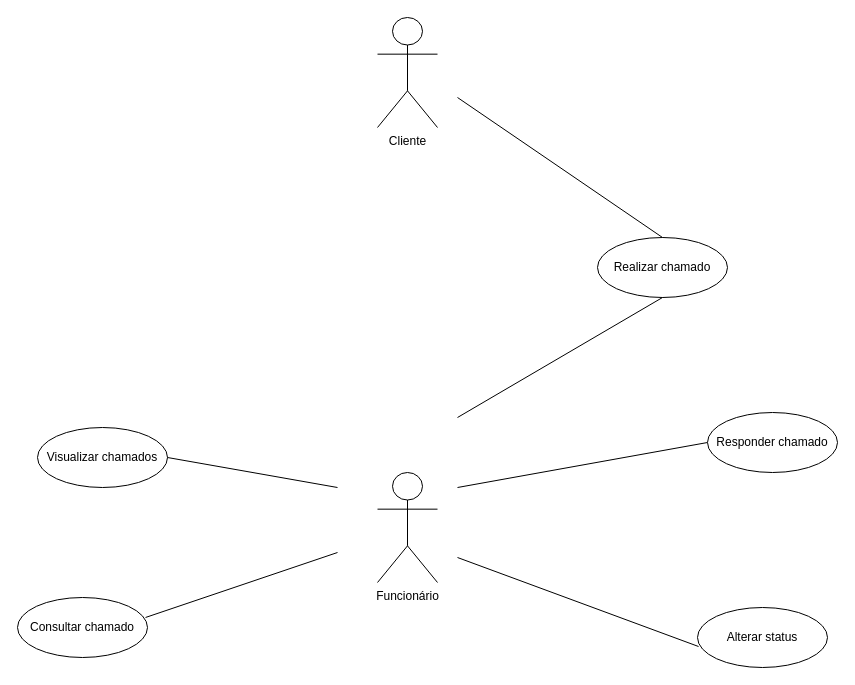
This is docs/diagrama_de_casos_de_uso.drawio from danielbarbozadasilva/Api-CRM-Ticket-System, a draw.io file, before an edit. Source tidied: cells renumbered, new cells numbered last; positions are measured from the earlier drawing's top-left corner, leaving out a move shared by most shapes. Both pictures are drawn from the tidied source at 100%, with x=0, y=0 at pixel (17, 17).
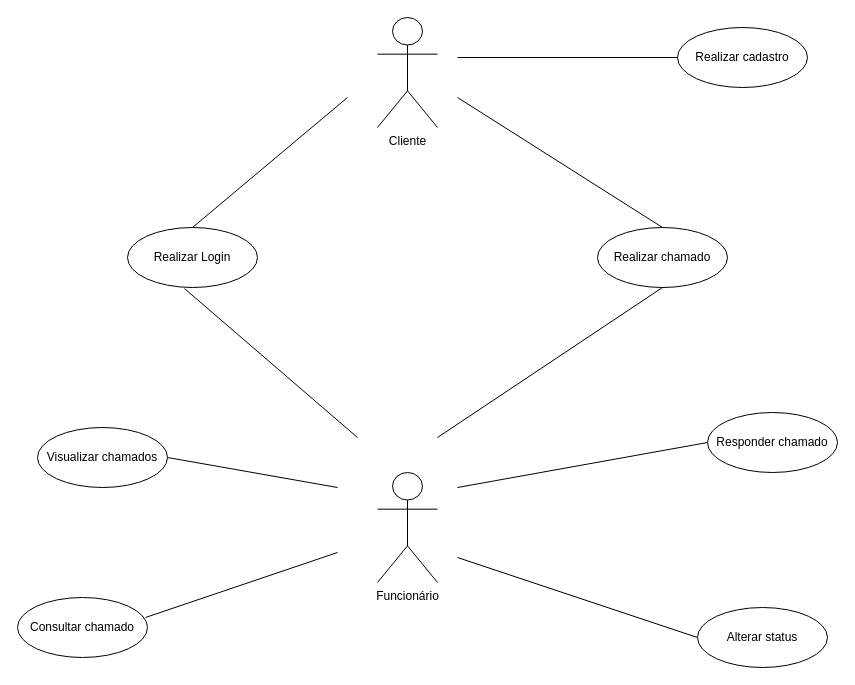
The same page after the edit.

Commit message (it also covers changes not shown here):
docs: update user case diagram

Unchanged cells that the change refers to:
```xml
<mxCell id="9" value="Alterar status" style="ellipse;whiteSpace=wrap;html=1;" parent="1" vertex="1">
  <mxGeometry x="680" y="590" width="130" height="60" as="geometry" />
</mxCell>
```

Diff of the diagram source:
```diff
@@
     <mxCell id="6" value="Realizar chamado" style="ellipse;whiteSpace=wrap;html=1;" parent="1" vertex="1">
-      <mxGeometry x="580" y="220" width="130" height="60" as="geometry" />
+      <mxGeometry x="580" y="210" width="130" height="60" as="geometry" />
     </mxCell>
@@
-    <mxCell id="8" style="endArrow=none;endFill=0;endSize=12;html=1;rounded=0;entryX=0.008;entryY=0.65;entryDx=0;entryDy=0;entryPerimeter=0;" parent="1" edge="1" target="9">
+    <mxCell id="8" style="endArrow=none;endFill=0;endSize=12;html=1;rounded=0;entryX=0;entryY=0.5;entryDx=0;entryDy=0;" parent="1" edge="1" target="9">
       <mxGeometry relative="1" as="geometry">
         <mxPoint x="440" y="540" as="sourcePoint" />
       </mxGeometry>
     </mxCell>
@@
     <mxCell id="14" style="endArrow=none;endFill=0;endSize=12;html=1;rounded=0;entryX=0.5;entryY=1;entryDx=0;entryDy=0;" parent="1" edge="1" target="6">
       <mxGeometry relative="1" as="geometry">
-        <mxPoint x="440" y="400" as="sourcePoint" />
+        <mxPoint x="420" y="420" as="sourcePoint" />
       </mxGeometry>
     </mxCell>
+    <mxCell id="15" value="Realizar Login" style="ellipse;whiteSpace=wrap;html=1;" parent="1" vertex="1">
+      <mxGeometry x="110" y="210" width="130" height="60" as="geometry" />
+    </mxCell>
+    <mxCell id="16" style="endArrow=none;endFill=0;endSize=12;html=1;rounded=0;entryX=0.5;entryY=0;entryDx=0;entryDy=0;" parent="1" edge="1" target="15">
+      <mxGeometry relative="1" as="geometry">
+        <mxPoint x="330" y="80" as="sourcePoint" />
+      </mxGeometry>
+    </mxCell>
+    <mxCell id="17" style="endArrow=none;endFill=0;endSize=12;html=1;rounded=0;entryX=0.438;entryY=1.017;entryDx=0;entryDy=0;entryPerimeter=0;" parent="1" edge="1" target="15">
+      <mxGeometry relative="1" as="geometry">
+        <mxPoint x="340" y="420" as="sourcePoint" />
+      </mxGeometry>
+    </mxCell>
+    <mxCell id="18" value="Realizar cadastro" style="ellipse;whiteSpace=wrap;html=1;" parent="1" vertex="1">
+      <mxGeometry x="660" y="10" width="130" height="60" as="geometry" />
+    </mxCell>
+    <mxCell id="19" style="endArrow=none;endFill=0;endSize=12;html=1;rounded=0;" parent="1" edge="1" target="18">
+      <mxGeometry relative="1" as="geometry">
+        <mxPoint x="440" y="40" as="sourcePoint" />
+      </mxGeometry>
+    </mxCell>
```
